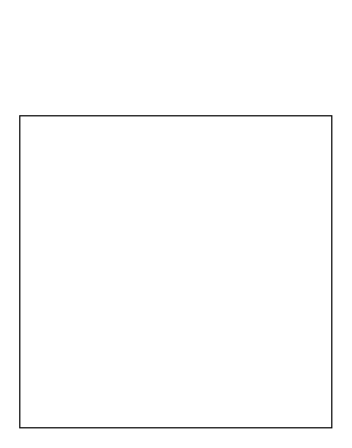
The draw.io diagram Untitled Diagram.drawio in CorazonH/hello-world, before the edit. Source tidied: cells renumbered, new cells numbered last; positions are measured from the earlier drawing's top-left corner, leaving out a move shared by most shapes. Both pictures are drawn from the tidied source at 120%, with x=0, y=0 at pixel (19, 115).
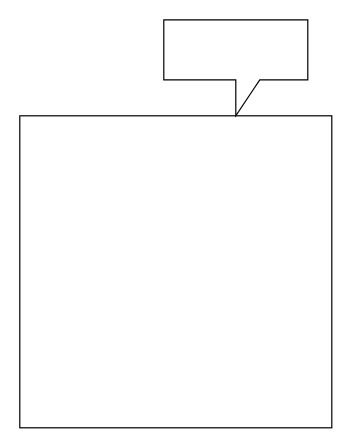
Above is the later version.

The edit, as a diff of the source:
```diff
@@
 <mxGraphModel>
   <root>
     <mxCell id="0" />
     <mxCell id="1" parent="0" />
     <mxCell id="2" style="whiteSpace=wrap;html=1;" parent="1" vertex="1">
       <mxGeometry width="260" height="260" as="geometry" />
     </mxCell>
+    <mxCell id="3" style="shape=callout;whiteSpace=wrap;html=1;perimeter=calloutPerimeter;" parent="1" vertex="1">
+      <mxGeometry x="120" y="-80" width="120" height="80" as="geometry" />
+    </mxCell>
   </root>
 </mxGraphModel>
```
